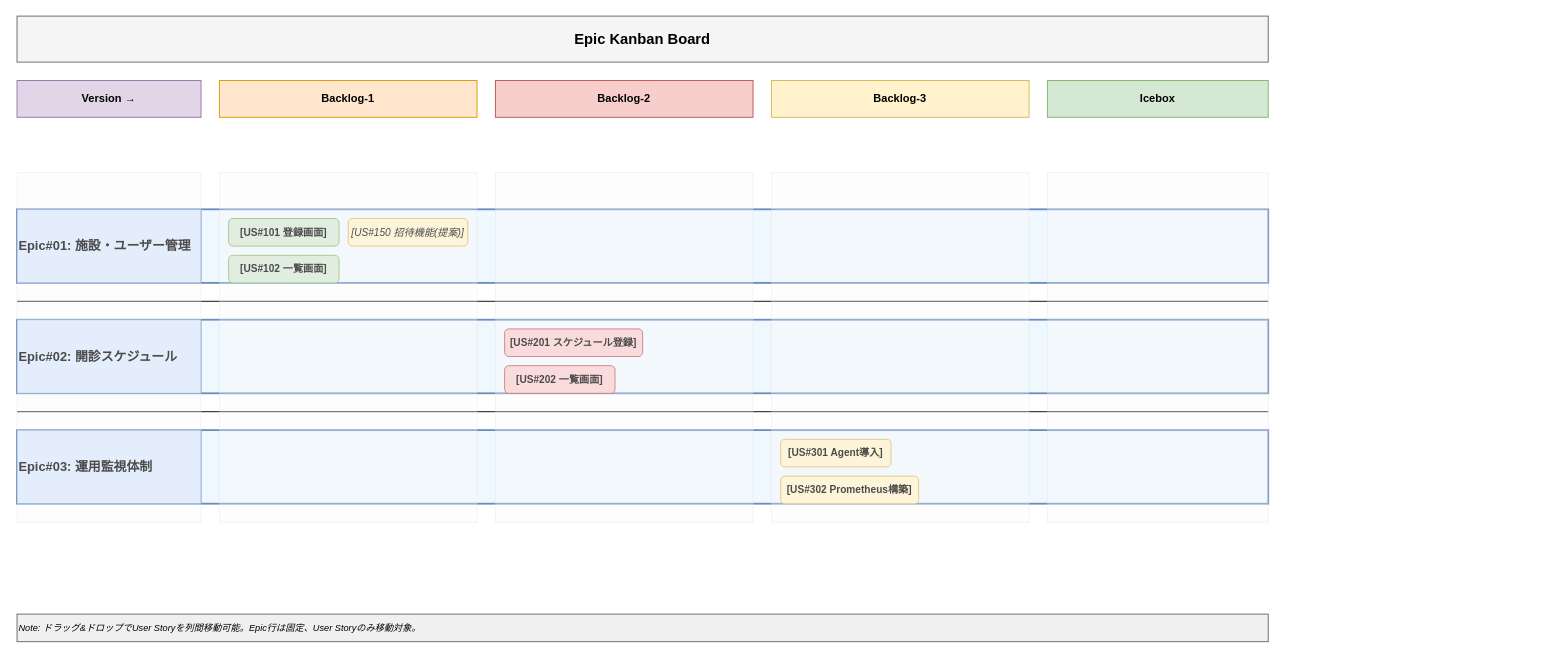
The draw.io diagram vibes/docs/specs/ui/kanban_ui_wireframe.drawio in hollySizzle/redmine_epic_ladder, before the edit. Source tidied: cells renumbered, new cells numbered last; positions are measured from the earlier drawing's top-left corner, leaving out a move shared by most shapes. Both pictures are drawn from the tidied source at 92%, with x=0, y=0 at pixel (17, 16).
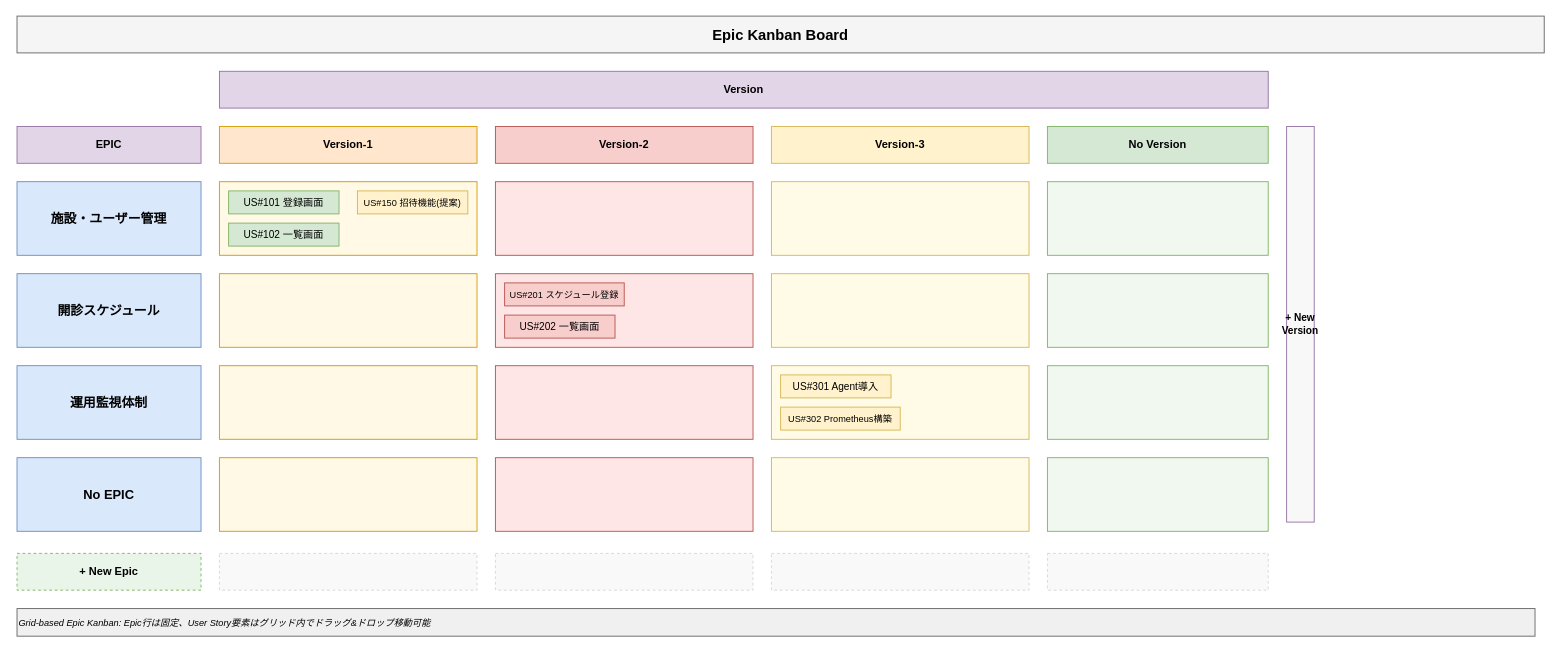
After the change.

Commit message:
ワイヤーフレームの更新

The edit, as a diff of the source:
```diff
@@
     <mxCell id="2" value="Epic Kanban Board" style="rounded=0;whiteSpace=wrap;html=1;fillColor=#f5f5f5;strokeColor=#666666;fontStyle=1;fontSize=16;align=center;" parent="1" vertex="1">
-      <mxGeometry width="1360" height="50" as="geometry" />
+      <mxGeometry width="1660" height="40" as="geometry" />
     </mxCell>
+    <mxCell id="29" value="EPIC" style="rounded=0;whiteSpace=wrap;html=1;fillColor=#e1d5e7;strokeColor=#9673a6;fontStyle=1;fontSize=12;align=center;" parent="1" vertex="1">
+      <mxGeometry y="120" width="200" height="40" as="geometry" />
+    </mxCell>
-    <mxCell id="3" value="Version →" style="rounded=0;whiteSpace=wrap;html=1;fillColor=#e1d5e7;strokeColor=#9673a6;fontStyle=1;fontSize=12;align=center;" parent="1" vertex="1">
-      <mxGeometry y="70" width="200" height="40" as="geometry" />
+    <mxCell id="3" value="Version" style="rounded=0;whiteSpace=wrap;html=1;fillColor=#e1d5e7;strokeColor=#9673a6;fontStyle=1;fontSize=12;align=center;" parent="1" vertex="1">
+      <mxGeometry x="220" y="60" width="1140" height="40" as="geometry" />
     </mxCell>
+    <mxCell id="30" value="+ New Version" style="rounded=0;whiteSpace=wrap;html=1;fillColor=#f8f8f8;strokeColor=#9673a6;fontStyle=1;fontSize=11;align=center;" parent="1" vertex="1">
+      <mxGeometry x="1380" y="120" width="30" height="430" as="geometry" />
+    </mxCell>
-    <mxCell id="4" value="Backlog-1" style="rounded=0;whiteSpace=wrap;html=1;fillColor=#ffe6cc;strokeColor=#d79b00;fontStyle=1;fontSize=12;align=center;" parent="1" vertex="1">
-      <mxGeometry x="220" y="70" width="280" height="40" as="geometry" />
+    <mxCell id="4" value="Version-1" style="rounded=0;whiteSpace=wrap;html=1;fillColor=#ffe6cc;strokeColor=#d79b00;fontStyle=1;fontSize=12;align=center;" parent="1" vertex="1">
+      <mxGeometry x="220" y="120" width="280" height="40" as="geometry" />
     </mxCell>
-    <mxCell id="5" value="Backlog-2" style="rounded=0;whiteSpace=wrap;html=1;fillColor=#f8cecc;strokeColor=#b85450;fontStyle=1;fontSize=12;align=center;" parent="1" vertex="1">
-      <mxGeometry x="520" y="70" width="280" height="40" as="geometry" />
+    <mxCell id="5" value="Version-2" style="rounded=0;whiteSpace=wrap;html=1;fillColor=#f8cecc;strokeColor=#b85450;fontStyle=1;fontSize=12;align=center;" parent="1" vertex="1">
+      <mxGeometry x="520" y="120" width="280" height="40" as="geometry" />
     </mxCell>
-    <mxCell id="6" value="Backlog-3" style="rounded=0;whiteSpace=wrap;html=1;fillColor=#fff2cc;strokeColor=#d6b656;fontStyle=1;fontSize=12;align=center;" parent="1" vertex="1">
-      <mxGeometry x="820" y="70" width="280" height="40" as="geometry" />
+    <mxCell id="6" value="Version-3" style="rounded=0;whiteSpace=wrap;html=1;fillColor=#fff2cc;strokeColor=#d6b656;fontStyle=1;fontSize=12;align=center;" parent="1" vertex="1">
+      <mxGeometry x="820" y="120" width="280" height="40" as="geometry" />
     </mxCell>
-    <mxCell id="7" value="Icebox" style="rounded=0;whiteSpace=wrap;html=1;fillColor=#d5e8d4;strokeColor=#82b366;fontStyle=1;fontSize=12;align=center;" parent="1" vertex="1">
-      <mxGeometry x="1120" y="70" width="240" height="40" as="geometry" />
+    <mxCell id="7" value="No Version" style="rounded=0;whiteSpace=wrap;html=1;fillColor=#d5e8d4;strokeColor=#82b366;fontStyle=1;fontSize=12;align=center;" parent="1" vertex="1">
+      <mxGeometry x="1120" y="120" width="240" height="40" as="geometry" />
     </mxCell>
-    <mxCell id="8" style="rounded=0;whiteSpace=wrap;html=1;fillColor=#f0f8ff;strokeColor=#6c8ebf;strokeWidth=2;" parent="1" vertex="1">
-      <mxGeometry y="210" width="1360" height="80" as="geometry" />
-    </mxCell>
-    <mxCell id="9" value="Epic#01: 施設・ユーザー管理" style="rounded=0;whiteSpace=wrap;html=1;fillColor=#dae8fc;strokeColor=#6c8ebf;fontStyle=1;fontSize=14;align=left;verticalAlign=middle;" parent="1" vertex="1">
-      <mxGeometry y="210" width="200" height="80" as="geometry" />
+    <mxCell id="9" value="施設・ユーザー管理" style="rounded=0;whiteSpace=wrap;html=1;fillColor=#dae8fc;strokeColor=#6c8ebf;fontStyle=1;fontSize=14;align=center;verticalAlign=middle;" parent="1" vertex="1">
+      <mxGeometry y="180" width="200" height="80" as="geometry" />
     </mxCell>
+    <mxCell id="31" style="rounded=0;whiteSpace=wrap;html=1;fillColor=#fff9e6;strokeColor=#d79b00;" parent="1" vertex="1">
+      <mxGeometry x="220" y="180" width="280" height="80" as="geometry" />
+    </mxCell>
+    <mxCell id="32" style="rounded=0;whiteSpace=wrap;html=1;fillColor=#ffe6e6;strokeColor=#b85450;" parent="1" vertex="1">
+      <mxGeometry x="520" y="180" width="280" height="80" as="geometry" />
+    </mxCell>
+    <mxCell id="33" style="rounded=0;whiteSpace=wrap;html=1;fillColor=#fffbe6;strokeColor=#d6b656;" parent="1" vertex="1">
+      <mxGeometry x="820" y="180" width="280" height="80" as="geometry" />
+    </mxCell>
+    <mxCell id="34" style="rounded=0;whiteSpace=wrap;html=1;fillColor=#f0f8f0;strokeColor=#82b366;" parent="1" vertex="1">
+      <mxGeometry x="1120" y="180" width="240" height="80" as="geometry" />
+    </mxCell>
-    <mxCell id="10" value="[US#101 登録画面]" style="rounded=1;whiteSpace=wrap;html=1;fillColor=#d5e8d4;strokeColor=#82b366;fontSize=11;fontStyle=1;align=center;" parent="1" vertex="1">
-      <mxGeometry x="230" y="220" width="120" height="30" as="geometry" />
+    <mxCell id="10" value="US#101 登録画面" style="rounded=0;whiteSpace=wrap;html=1;fillColor=#d5e8d4;strokeColor=#82b366;fontSize=11;align=center;" parent="1" vertex="1">
+      <mxGeometry x="230" y="190" width="120" height="25" as="geometry" />
     </mxCell>
-    <mxCell id="11" value="[US#102 一覧画面]" style="rounded=1;whiteSpace=wrap;html=1;fillColor=#d5e8d4;strokeColor=#82b366;fontSize=11;fontStyle=1;align=center;" parent="1" vertex="1">
-      <mxGeometry x="230" y="260" width="120" height="30" as="geometry" />
+    <mxCell id="11" value="US#102 一覧画面" style="rounded=0;whiteSpace=wrap;html=1;fillColor=#d5e8d4;strokeColor=#82b366;fontSize=11;align=center;" parent="1" vertex="1">
+      <mxGeometry x="230" y="225" width="120" height="25" as="geometry" />
     </mxCell>
-    <mxCell id="12" value="[US#150 招待機能(提案)]" style="rounded=1;whiteSpace=wrap;html=1;fillColor=#fff2cc;strokeColor=#d6b656;fontSize=11;fontStyle=2;align=center;" parent="1" vertex="1">
-      <mxGeometry x="360" y="220" width="130" height="30" as="geometry" />
+    <mxCell id="12" value="US#150 招待機能(提案)" style="rounded=0;whiteSpace=wrap;html=1;fillColor=#fff2cc;strokeColor=#d6b656;fontSize=10;align=center;" parent="1" vertex="1">
+      <mxGeometry x="370" y="190" width="120" height="25" as="geometry" />
     </mxCell>
-    <mxCell id="13" style="endArrow=none;html=1;strokeColor=#000000;strokeWidth=1;" parent="1" edge="1">
-      <mxGeometry relative="1" as="geometry">
-        <mxPoint y="310" as="sourcePoint" />
-        <mxPoint x="1360" y="310" as="targetPoint" />
-      </mxGeometry>
-    </mxCell>
-    <mxCell id="14" style="rounded=0;whiteSpace=wrap;html=1;fillColor=#f0f8ff;strokeColor=#6c8ebf;strokeWidth=2;" parent="1" vertex="1">
-      <mxGeometry y="330" width="1360" height="80" as="geometry" />
-    </mxCell>
-    <mxCell id="15" value="Epic#02: 開診スケジュール" style="rounded=0;whiteSpace=wrap;html=1;fillColor=#dae8fc;strokeColor=#6c8ebf;fontStyle=1;fontSize=14;align=left;verticalAlign=middle;" parent="1" vertex="1">
-      <mxGeometry y="330" width="200" height="80" as="geometry" />
+    <mxCell id="15" value="開診スケジュール" style="rounded=0;whiteSpace=wrap;html=1;fillColor=#dae8fc;strokeColor=#6c8ebf;fontStyle=1;fontSize=14;align=center;verticalAlign=middle;" parent="1" vertex="1">
+      <mxGeometry y="280" width="200" height="80" as="geometry" />
     </mxCell>
+    <mxCell id="35" style="rounded=0;whiteSpace=wrap;html=1;fillColor=#fff9e6;strokeColor=#d79b00;" parent="1" vertex="1">
+      <mxGeometry x="220" y="280" width="280" height="80" as="geometry" />
+    </mxCell>
+    <mxCell id="36" style="rounded=0;whiteSpace=wrap;html=1;fillColor=#ffe6e6;strokeColor=#b85450;" parent="1" vertex="1">
+      <mxGeometry x="520" y="280" width="280" height="80" as="geometry" />
+    </mxCell>
+    <mxCell id="37" style="rounded=0;whiteSpace=wrap;html=1;fillColor=#fffbe6;strokeColor=#d6b656;" parent="1" vertex="1">
+      <mxGeometry x="820" y="280" width="280" height="80" as="geometry" />
+    </mxCell>
+    <mxCell id="38" style="rounded=0;whiteSpace=wrap;html=1;fillColor=#f0f8f0;strokeColor=#82b366;" parent="1" vertex="1">
+      <mxGeometry x="1120" y="280" width="240" height="80" as="geometry" />
+    </mxCell>
-    <mxCell id="16" value="[US#201 スケジュール登録]" style="rounded=1;whiteSpace=wrap;html=1;fillColor=#f8cecc;strokeColor=#b85450;fontSize=11;fontStyle=1;align=center;" parent="1" vertex="1">
-      <mxGeometry x="530" y="340" width="150" height="30" as="geometry" />
+    <mxCell id="16" value="US#201 スケジュール登録" style="rounded=0;whiteSpace=wrap;html=1;fillColor=#f8cecc;strokeColor=#b85450;fontSize=10;align=center;" parent="1" vertex="1">
+      <mxGeometry x="530" y="290" width="130" height="25" as="geometry" />
     </mxCell>
-    <mxCell id="17" value="[US#202 一覧画面]" style="rounded=1;whiteSpace=wrap;html=1;fillColor=#f8cecc;strokeColor=#b85450;fontSize=11;fontStyle=1;align=center;" parent="1" vertex="1">
-      <mxGeometry x="530" y="380" width="120" height="30" as="geometry" />
+    <mxCell id="17" value="US#202 一覧画面" style="rounded=0;whiteSpace=wrap;html=1;fillColor=#f8cecc;strokeColor=#b85450;fontSize=11;align=center;" parent="1" vertex="1">
+      <mxGeometry x="530" y="325" width="120" height="25" as="geometry" />
     </mxCell>
-    <mxCell id="18" style="endArrow=none;html=1;strokeColor=#000000;strokeWidth=1;" parent="1" edge="1">
-      <mxGeometry relative="1" as="geometry">
-        <mxPoint y="430" as="sourcePoint" />
-        <mxPoint x="1360" y="430" as="targetPoint" />
-      </mxGeometry>
-    </mxCell>
-    <mxCell id="19" style="rounded=0;whiteSpace=wrap;html=1;fillColor=#f0f8ff;strokeColor=#6c8ebf;strokeWidth=2;" parent="1" vertex="1">
-      <mxGeometry y="450" width="1360" height="80" as="geometry" />
-    </mxCell>
-    <mxCell id="20" value="Epic#03: 運用監視体制" style="rounded=0;whiteSpace=wrap;html=1;fillColor=#dae8fc;strokeColor=#6c8ebf;fontStyle=1;fontSize=14;align=left;verticalAlign=middle;" parent="1" vertex="1">
-      <mxGeometry y="450" width="200" height="80" as="geometry" />
+    <mxCell id="20" value="運用監視体制" style="rounded=0;whiteSpace=wrap;html=1;fillColor=#dae8fc;strokeColor=#6c8ebf;fontStyle=1;fontSize=14;align=center;verticalAlign=middle;" parent="1" vertex="1">
+      <mxGeometry y="380" width="200" height="80" as="geometry" />
     </mxCell>
+    <mxCell id="39" style="rounded=0;whiteSpace=wrap;html=1;fillColor=#fff9e6;strokeColor=#d79b00;" parent="1" vertex="1">
+      <mxGeometry x="220" y="380" width="280" height="80" as="geometry" />
+    </mxCell>
+    <mxCell id="40" style="rounded=0;whiteSpace=wrap;html=1;fillColor=#ffe6e6;strokeColor=#b85450;" parent="1" vertex="1">
+      <mxGeometry x="520" y="380" width="280" height="80" as="geometry" />
+    </mxCell>
+    <mxCell id="41" style="rounded=0;whiteSpace=wrap;html=1;fillColor=#fffbe6;strokeColor=#d6b656;" parent="1" vertex="1">
+      <mxGeometry x="820" y="380" width="280" height="80" as="geometry" />
+    </mxCell>
+    <mxCell id="42" style="rounded=0;whiteSpace=wrap;html=1;fillColor=#f0f8f0;strokeColor=#82b366;" parent="1" vertex="1">
+      <mxGeometry x="1120" y="380" width="240" height="80" as="geometry" />
+    </mxCell>
-    <mxCell id="21" value="[US#301 Agent導入]" style="rounded=1;whiteSpace=wrap;html=1;fillColor=#fff2cc;strokeColor=#d6b656;fontSize=11;fontStyle=1;align=center;" parent="1" vertex="1">
-      <mxGeometry x="830" y="460" width="120" height="30" as="geometry" />
+    <mxCell id="21" value="US#301 Agent導入" style="rounded=0;whiteSpace=wrap;html=1;fillColor=#fff2cc;strokeColor=#d6b656;fontSize=11;align=center;" parent="1" vertex="1">
+      <mxGeometry x="830" y="390" width="120" height="25" as="geometry" />
     </mxCell>
-    <mxCell id="22" value="[US#302 Prometheus構築]" style="rounded=1;whiteSpace=wrap;html=1;fillColor=#fff2cc;strokeColor=#d6b656;fontSize=11;fontStyle=1;align=center;" parent="1" vertex="1">
-      <mxGeometry x="830" y="500" width="150" height="30" as="geometry" />
+    <mxCell id="22" value="US#302 Prometheus構築" style="rounded=0;whiteSpace=wrap;html=1;fillColor=#fff2cc;strokeColor=#d6b656;fontSize=10;align=center;" parent="1" vertex="1">
+      <mxGeometry x="830" y="425" width="130" height="25" as="geometry" />
     </mxCell>
-    <mxCell id="23" style="rounded=0;whiteSpace=wrap;html=1;fillColor=#f9f9f9;strokeColor=#d6d6d6;opacity=30;" parent="1" vertex="1">
-      <mxGeometry y="170" width="200" height="380" as="geometry" />
-    </mxCell>
-    <mxCell id="24" style="rounded=0;whiteSpace=wrap;html=1;fillColor=#f9f9f9;strokeColor=#d6d6d6;opacity=30;" parent="1" vertex="1">
-      <mxGeometry x="220" y="170" width="280" height="380" as="geometry" />
-    </mxCell>
-    <mxCell id="25" style="rounded=0;whiteSpace=wrap;html=1;fillColor=#f9f9f9;strokeColor=#d6d6d6;opacity=30;" parent="1" vertex="1">
-      <mxGeometry x="520" y="170" width="280" height="380" as="geometry" />
-    </mxCell>
-    <mxCell id="26" style="rounded=0;whiteSpace=wrap;html=1;fillColor=#f9f9f9;strokeColor=#d6d6d6;opacity=30;" parent="1" vertex="1">
-      <mxGeometry x="820" y="170" width="280" height="380" as="geometry" />
-    </mxCell>
-    <mxCell id="27" style="rounded=0;whiteSpace=wrap;html=1;fillColor=#f9f9f9;strokeColor=#d6d6d6;opacity=30;" parent="1" vertex="1">
-      <mxGeometry x="1120" y="170" width="240" height="380" as="geometry" />
-    </mxCell>
+    <mxCell id="43" value="+ New Epic" style="rounded=0;whiteSpace=wrap;html=1;fillColor=#e8f5e8;strokeColor=#82b366;fontStyle=1;fontSize=12;align=center;verticalAlign=middle;dashed=1;" parent="1" vertex="1">
+      <mxGeometry y="584" width="200" height="40" as="geometry" />
+    </mxCell>
+    <mxCell id="44" style="rounded=0;whiteSpace=wrap;html=1;fillColor=#f9f9f9;strokeColor=#d6d6d6;dashed=1;" parent="1" vertex="1">
+      <mxGeometry x="220" y="584" width="280" height="40" as="geometry" />
+    </mxCell>
+    <mxCell id="45" style="rounded=0;whiteSpace=wrap;html=1;fillColor=#f9f9f9;strokeColor=#d6d6d6;dashed=1;" parent="1" vertex="1">
+      <mxGeometry x="520" y="584" width="280" height="40" as="geometry" />
+    </mxCell>
+    <mxCell id="46" style="rounded=0;whiteSpace=wrap;html=1;fillColor=#f9f9f9;strokeColor=#d6d6d6;dashed=1;" parent="1" vertex="1">
+      <mxGeometry x="820" y="584" width="280" height="40" as="geometry" />
+    </mxCell>
+    <mxCell id="47" style="rounded=0;whiteSpace=wrap;html=1;fillColor=#f9f9f9;strokeColor=#d6d6d6;dashed=1;" parent="1" vertex="1">
+      <mxGeometry x="1120" y="584" width="240" height="40" as="geometry" />
+    </mxCell>
-    <mxCell id="28" value="Note: ドラッグ&amp;ドロップでUser Storyを列間移動可能。Epic行は固定、User Storyのみ移動対象。" style="rounded=0;whiteSpace=wrap;html=1;fillColor=#f0f0f0;strokeColor=#666666;fontSize=10;fontStyle=2;align=left;" parent="1" vertex="1">
-      <mxGeometry y="650" width="1360" height="30" as="geometry" />
+    <mxCell id="28" value="Grid-based Epic Kanban: Epic行は固定、User Story要素はグリッド内でドラッグ&amp;ドロップ移動可能" style="rounded=0;whiteSpace=wrap;html=1;fillColor=#f0f0f0;strokeColor=#666666;fontSize=10;fontStyle=2;align=left;" parent="1" vertex="1">
+      <mxGeometry y="644" width="1650" height="30" as="geometry" />
     </mxCell>
+    <mxCell id="48" value="No EPIC" style="rounded=0;whiteSpace=wrap;html=1;fillColor=#dae8fc;strokeColor=#6c8ebf;fontStyle=1;fontSize=14;align=center;verticalAlign=middle;" parent="1" vertex="1">
+      <mxGeometry y="480" width="200" height="80" as="geometry" />
+    </mxCell>
+    <mxCell id="49" style="rounded=0;whiteSpace=wrap;html=1;fillColor=#fff9e6;strokeColor=#d79b00;" parent="1" vertex="1">
+      <mxGeometry x="220" y="480" width="280" height="80" as="geometry" />
+    </mxCell>
+    <mxCell id="50" style="rounded=0;whiteSpace=wrap;html=1;fillColor=#ffe6e6;strokeColor=#b85450;" parent="1" vertex="1">
+      <mxGeometry x="520" y="480" width="280" height="80" as="geometry" />
+    </mxCell>
+    <mxCell id="51" style="rounded=0;whiteSpace=wrap;html=1;fillColor=#fffbe6;strokeColor=#d6b656;" parent="1" vertex="1">
+      <mxGeometry x="820" y="480" width="280" height="80" as="geometry" />
+    </mxCell>
+    <mxCell id="52" style="rounded=0;whiteSpace=wrap;html=1;fillColor=#f0f8f0;strokeColor=#82b366;" parent="1" vertex="1">
+      <mxGeometry x="1120" y="480" width="240" height="80" as="geometry" />
+    </mxCell>
```
